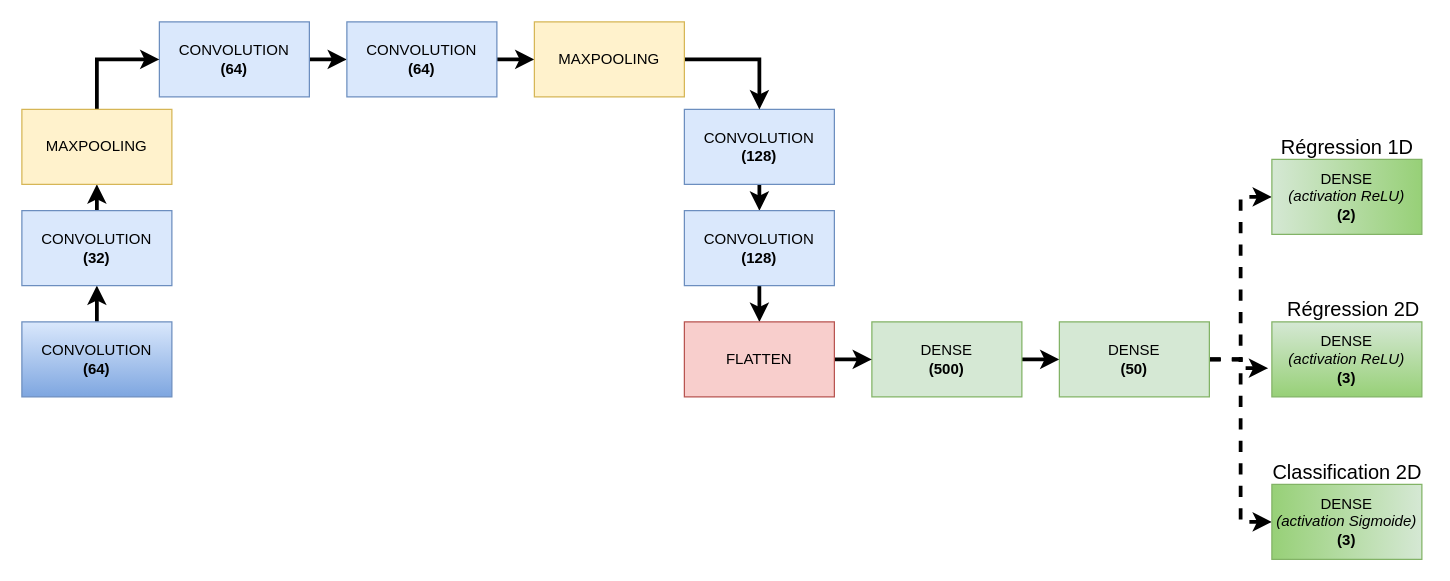
Before: page "Page-1" (1 of 2) of doc/presentation/Figures/DRNNVert2.drawio in ddrous/projet-inverse-2d, a draw.io diagram. Source tidied: cells renumbered, new cells numbered last; positions are measured from the earlier drawing's top-left corner, leaving out a move shared by most shapes. Both pictures are drawn from the tidied source at 125%, with x=0, y=0 at pixel (21, 21).
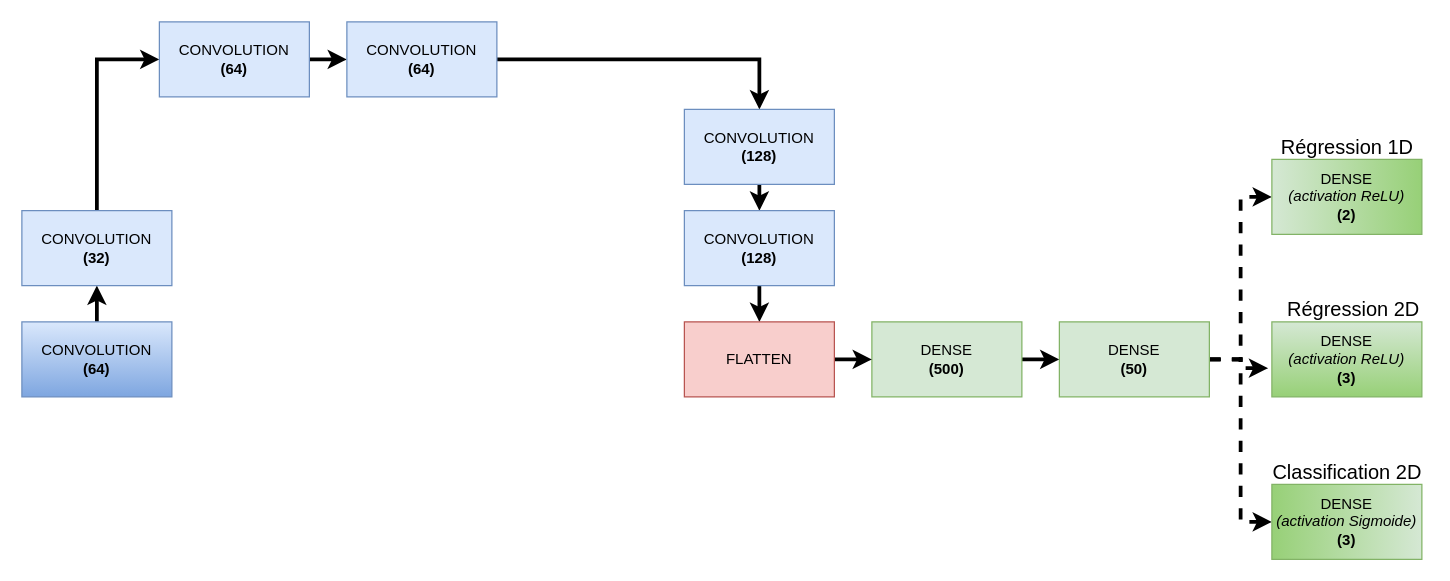
After the change.

The change refers to these unchanged cells:
```xml
<mxCell id="5" value="&lt;span style=&quot;font-family: &amp;#34;iwona&amp;#34;&quot;&gt;CONVOLUTION&lt;/span&gt;&lt;font face=&quot;Iwona&quot;&gt;&lt;br&gt;&lt;b&gt;(32)&lt;/b&gt;&lt;br&gt;&lt;/font&gt;" style="rounded=0;whiteSpace=wrap;html=1;rotation=0;fillColor=#dae8fc;strokeColor=#6c8ebf;" parent="1" vertex="1">
  <mxGeometry y="151" width="120" height="60" as="geometry" />
</mxCell>
<mxCell id="7" value="&lt;span style=&quot;font-family: &amp;#34;iwona&amp;#34;&quot;&gt;CONVOLUTION&lt;/span&gt;&lt;font face=&quot;Iwona&quot;&gt;&lt;br&gt;&lt;/font&gt;&lt;b style=&quot;font-family: &amp;#34;iwona&amp;#34;&quot;&gt;(64)&lt;/b&gt;&lt;font face=&quot;Iwona&quot;&gt;&lt;br&gt;&lt;/font&gt;" style="rounded=0;whiteSpace=wrap;html=1;rotation=0;fillColor=#dae8fc;strokeColor=#6c8ebf;" parent="1" vertex="1">
  <mxGeometry x="110" width="120" height="60" as="geometry" />
</mxCell>
<mxCell id="9" value="&lt;span style=&quot;font-family: &amp;#34;iwona&amp;#34;&quot;&gt;CONVOLUTION&lt;/span&gt;&lt;font face=&quot;Iwona&quot;&gt;&lt;br&gt;&lt;/font&gt;&lt;b style=&quot;font-family: &amp;#34;iwona&amp;#34;&quot;&gt;(64)&lt;/b&gt;&lt;font face=&quot;Iwona&quot;&gt;&lt;br&gt;&lt;/font&gt;" style="rounded=0;whiteSpace=wrap;html=1;rotation=0;fillColor=#dae8fc;strokeColor=#6c8ebf;" parent="1" vertex="1">
  <mxGeometry x="260" width="120" height="60" as="geometry" />
</mxCell>
<mxCell id="11" value="&lt;span style=&quot;font-family: &amp;#34;iwona&amp;#34;&quot;&gt;CONVOLUTION&lt;/span&gt;&lt;font face=&quot;Iwona&quot;&gt;&lt;br&gt;&lt;/font&gt;&lt;b style=&quot;font-family: &amp;#34;iwona&amp;#34;&quot;&gt;(128)&lt;/b&gt;&lt;font face=&quot;Iwona&quot;&gt;&lt;br&gt;&lt;/font&gt;" style="rounded=0;whiteSpace=wrap;html=1;rotation=0;fillColor=#dae8fc;strokeColor=#6c8ebf;" parent="1" vertex="1">
  <mxGeometry x="530" y="70" width="120" height="60" as="geometry" />
</mxCell>
```

Change to the diagram source:
```diff
@@
-    <mxCell id="4" style="edgeStyle=orthogonalEdgeStyle;rounded=0;jettySize=auto;html=1;exitX=0.5;exitY=0;exitDx=0;exitDy=0;entryX=0.5;entryY=1;entryDx=0;entryDy=0;strokeWidth=3;" parent="1" edge="1" source="5" target="24">
+    <mxCell id="4" style="edgeStyle=orthogonalEdgeStyle;rounded=0;jettySize=auto;html=1;exitX=0.5;exitY=0;exitDx=0;exitDy=0;entryX=0;entryY=0.5;entryDx=0;entryDy=0;strokeWidth=3;" parent="1" edge="1" source="5" target="7">
       <mxGeometry relative="1" as="geometry" />
     </mxCell>
@@
-    <mxCell id="8" style="edgeStyle=orthogonalEdgeStyle;rounded=0;jettySize=auto;html=1;exitX=1;exitY=0.5;exitDx=0;exitDy=0;entryX=0;entryY=0.5;entryDx=0;entryDy=0;strokeWidth=3;" parent="1" edge="1" source="9" target="26">
+    <mxCell id="8" style="edgeStyle=orthogonalEdgeStyle;rounded=0;jettySize=auto;html=1;exitX=1;exitY=0.5;exitDx=0;exitDy=0;entryX=0.5;entryY=0;entryDx=0;entryDy=0;strokeWidth=3;" parent="1" edge="1" source="9" target="11">
       <mxGeometry relative="1" as="geometry" />
     </mxCell>
@@
-    <mxCell id="23" style="edgeStyle=orthogonalEdgeStyle;rounded=0;jettySize=auto;html=1;exitX=0.5;exitY=0;exitDx=0;exitDy=0;entryX=0;entryY=0.5;entryDx=0;entryDy=0;strokeWidth=3;" parent="1" edge="1" source="24" target="7">
-      <mxGeometry relative="1" as="geometry" />
-    </mxCell>
-    <mxCell id="24" value="&lt;font face=&quot;Iwona&quot;&gt;MAXPOOLING&lt;br&gt;&lt;/font&gt;" style="rounded=0;whiteSpace=wrap;html=1;rotation=0;fillColor=#fff2cc;strokeColor=#d6b656;" parent="1" vertex="1">
-      <mxGeometry y="70" width="120" height="60" as="geometry" />
-    </mxCell>
-    <mxCell id="25" style="edgeStyle=orthogonalEdgeStyle;rounded=0;jettySize=auto;html=1;exitX=1;exitY=0.5;exitDx=0;exitDy=0;entryX=0.5;entryY=0;entryDx=0;entryDy=0;strokeWidth=3;" parent="1" edge="1" source="26" target="11">
-      <mxGeometry relative="1" as="geometry" />
-    </mxCell>
-    <mxCell id="26" value="&lt;span style=&quot;font-family: &amp;#34;iwona&amp;#34;&quot;&gt;MAXPOOLING&lt;/span&gt;&lt;font face=&quot;Iwona&quot;&gt;&lt;br&gt;&lt;/font&gt;" style="rounded=0;whiteSpace=wrap;html=1;rotation=0;fillColor=#fff2cc;strokeColor=#d6b656;" parent="1" vertex="1">
-      <mxGeometry x="410" width="120" height="60" as="geometry" />
-    </mxCell>
```
